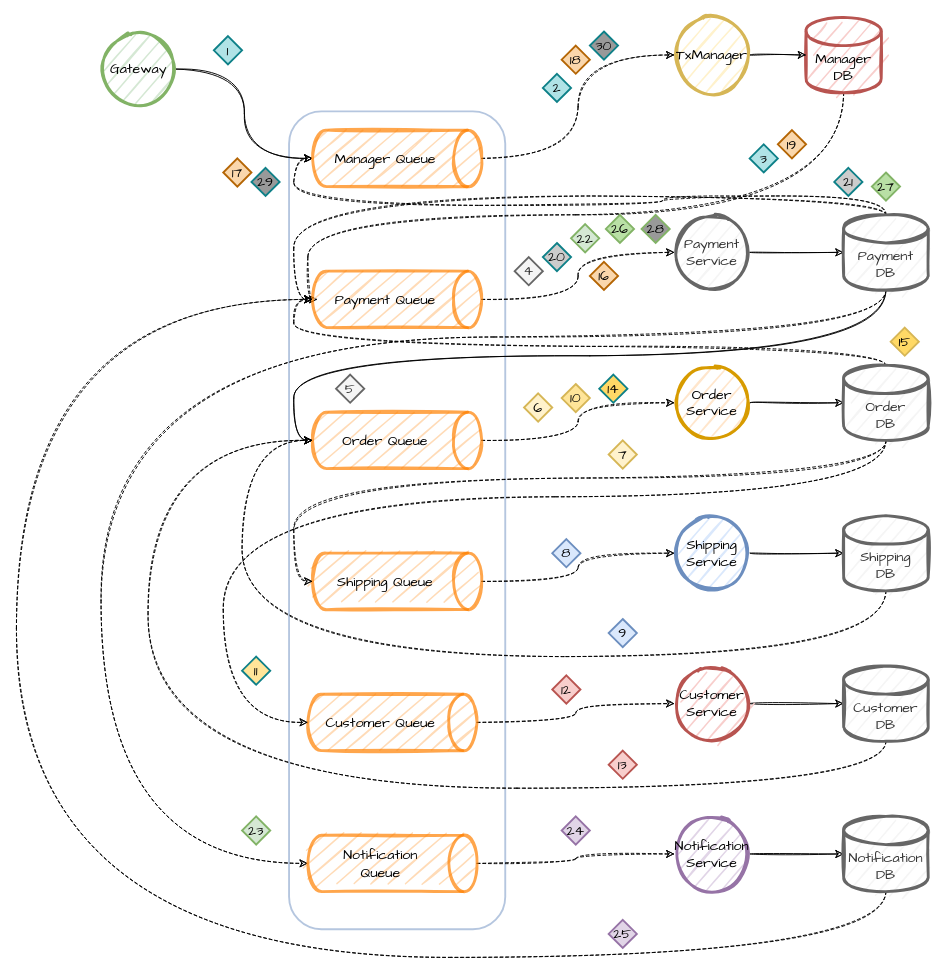
The draw.io diagram page "demo-commit" (15 of 15) of img/diagram.drawio in ccchrunik/hierasaga, before the edit. Source tidied: cells renumbered, new cells numbered last; positions are measured from the earlier drawing's top-left corner, leaving out a move shared by most shapes. Both pictures are drawn from the tidied source at 94%, with x=0, y=0 at pixel (16, 17).
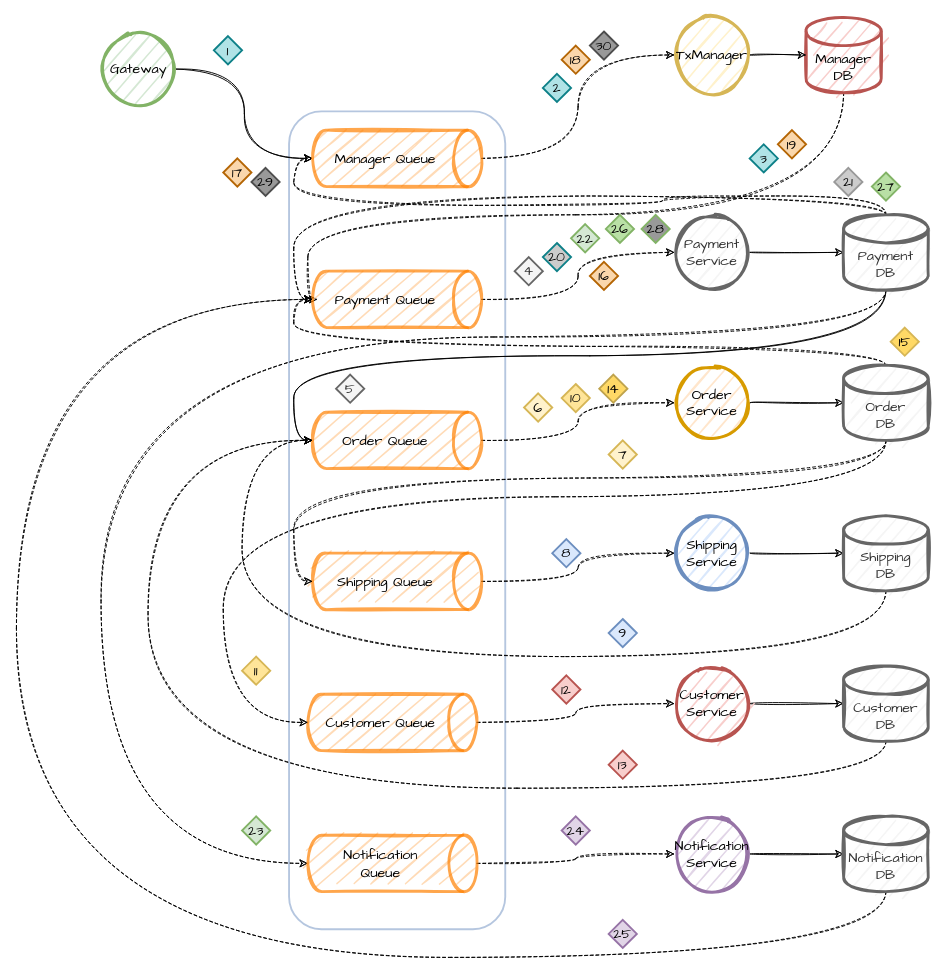
After the change.

Change to the diagram source:
```diff
@@
-    <mxCell id="56" value="11" style="rhombus;whiteSpace=wrap;html=1;rounded=0;sketch=0;fontFamily=Comic Sans MS;fontSize=15;strokeColor=#0e8088;strokeWidth=2;fillColor=#FFE599;" parent="1" vertex="1">
+    <mxCell id="56" value="11" style="rhombus;whiteSpace=wrap;html=1;rounded=0;sketch=0;fontFamily=Comic Sans MS;fontSize=15;strokeColor=#D6B656;strokeWidth=2;fillColor=#FFE599;" parent="1" vertex="1">
       <mxGeometry x="240" y="680" width="30" height="30" as="geometry" />
     </mxCell>
@@
-    <mxCell id="59" value="14" style="rhombus;whiteSpace=wrap;html=1;rounded=0;sketch=0;fontFamily=Comic Sans MS;fontSize=15;strokeColor=#0e8088;strokeWidth=2;fillColor=#FFD966;" parent="1" vertex="1">
+    <mxCell id="59" value="14" style="rhombus;whiteSpace=wrap;html=1;rounded=0;sketch=0;fontFamily=Comic Sans MS;fontSize=15;strokeColor=#BFA34D;strokeWidth=2;fillColor=#FFD966;" parent="1" vertex="1">
       <mxGeometry x="620" y="380" width="30" height="30" as="geometry" />
     </mxCell>
@@
-    <mxCell id="63" value="21" style="rhombus;whiteSpace=wrap;html=1;rounded=0;sketch=0;fontFamily=Comic Sans MS;fontSize=15;strokeColor=#0e8088;strokeWidth=2;fillColor=#CCCCCC;" parent="1" vertex="1">
+    <mxCell id="63" value="21" style="rhombus;whiteSpace=wrap;html=1;rounded=0;sketch=0;fontFamily=Comic Sans MS;fontSize=15;strokeColor=#999999;strokeWidth=2;fillColor=#CCCCCC;" parent="1" vertex="1">
       <mxGeometry x="870" y="160" width="30" height="30" as="geometry" />
     </mxCell>
@@
-    <mxCell id="73" value="29" style="rhombus;whiteSpace=wrap;html=1;rounded=0;sketch=0;fontFamily=Comic Sans MS;fontSize=15;strokeColor=#0e8088;strokeWidth=2;fillColor=#999999;" parent="1" vertex="1">
+    <mxCell id="73" value="29" style="rhombus;whiteSpace=wrap;html=1;rounded=0;sketch=0;fontFamily=Comic Sans MS;fontSize=15;strokeColor=#4D4D4D;strokeWidth=2;fillColor=#999999;" parent="1" vertex="1">
       <mxGeometry x="250" y="160" width="30" height="30" as="geometry" />
     </mxCell>
-    <mxCell id="74" value="30" style="rhombus;whiteSpace=wrap;html=1;rounded=0;sketch=0;fontFamily=Comic Sans MS;fontSize=15;strokeColor=#0e8088;strokeWidth=2;fillColor=#999999;" parent="1" vertex="1">
+    <mxCell id="74" value="30" style="rhombus;whiteSpace=wrap;html=1;rounded=0;sketch=0;fontFamily=Comic Sans MS;fontSize=15;strokeColor=#4D4D4D;strokeWidth=2;fillColor=#999999;" parent="1" vertex="1">
       <mxGeometry x="610" y="15" width="30" height="30" as="geometry" />
     </mxCell>
```
